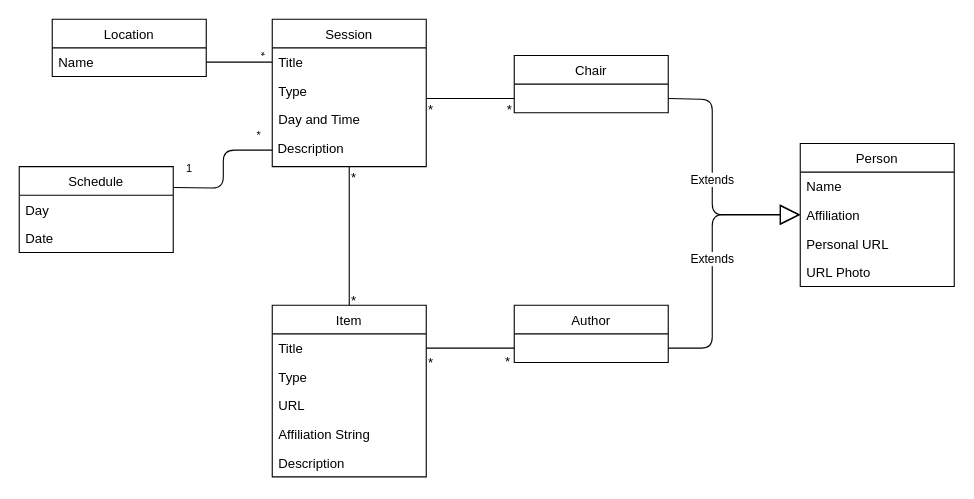
softeng-feup/open-cx-mr-simba keeps this draw.io diagram as docs/DomainModel.drawio. Above is the earlier version. Source tidied: cells renumbered, new cells numbered last; positions are measured from the earlier drawing's top-left corner, leaving out a move shared by most shapes. Both pictures are drawn from the tidied source at 110%, with x=0, y=0 at pixel (19, 19).
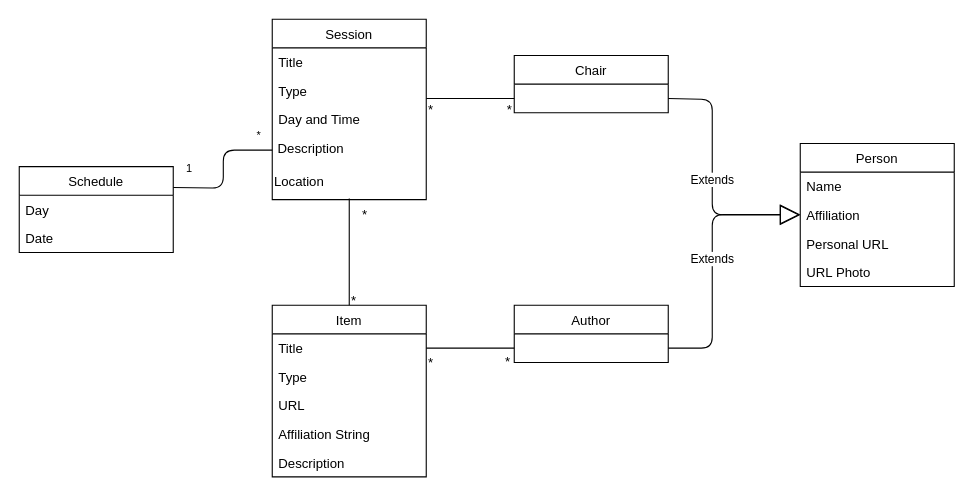
After the change.

Unchanged cells that the change refers to:
```xml
<mxCell id="3" value="Title" style="text;strokeColor=none;fillColor=none;align=left;verticalAlign=top;spacingLeft=4;spacingRight=4;overflow=hidden;points=[[0,0.5],[1,0.5]];portConstraint=eastwest;" parent="2" vertex="1">
  <mxGeometry y="26" width="140" height="26" as="geometry" />
</mxCell>
<mxCell id="6" value="&amp;nbsp;Description" style="text;html=1;" parent="2" vertex="1">
  <mxGeometry y="104" width="140" height="30" as="geometry" />
</mxCell>
<mxCell id="7" value="Item" style="swimlane;fontStyle=0;horizontal=1;startSize=26;fillColor=none;" parent="1" vertex="1">
  <mxGeometry x="230" y="260" width="140" height="156" as="geometry" />
</mxCell>
```

The edit, as a diff of the source:
```diff
@@
     <mxCell id="2" value="Session" style="swimlane;fontStyle=0;horizontal=1;startSize=26;fillColor=none;" parent="1" vertex="1">
-      <mxGeometry x="230" width="140" height="134" as="geometry" />
+      <mxGeometry x="230" width="140" height="164" as="geometry" />
     </mxCell>
@@
+    <mxCell id="32" value="Location" style="text;html=1;" parent="2" vertex="1">
+      <mxGeometry y="134" width="140" height="30" as="geometry" />
+    </mxCell>
@@
-    <mxCell id="22" style="endArrow=none;html=1;entryX=0.5;entryY=1;entryDx=0;entryDy=0;exitX=0.5;exitY=0;exitDx=0;exitDy=0;" parent="1" edge="1" source="7" target="6">
-      <mxGeometry relative="1" as="geometry" />
+    <mxCell id="22" style="endArrow=none;html=1;exitX=0.5;exitY=0;exitDx=0;exitDy=0;" parent="1" edge="1" source="7">
+      <mxGeometry relative="1" as="geometry">
+        <mxPoint x="300" y="163" as="targetPoint" />
+      </mxGeometry>
     </mxCell>
     <mxCell id="23" value="*" style="text;html=1;align=left;verticalAlign=top;spacingTop=-4;" parent="1" vertex="1">
-      <mxGeometry x="300" y="134" width="20" height="20" as="geometry" />
+      <mxGeometry x="310" y="168" width="20" height="20" as="geometry" />
     </mxCell>
@@
-    <mxCell id="32" value="Location" style="swimlane;fontStyle=0;horizontal=1;startSize=26;fillColor=none;" parent="1" vertex="1">
-      <mxGeometry x="30" width="140" height="52" as="geometry" />
-    </mxCell>
-    <mxCell id="33" value="Name" style="text;strokeColor=none;fillColor=none;align=left;verticalAlign=top;spacingLeft=4;spacingRight=4;overflow=hidden;points=[[0,0.5],[1,0.5]];portConstraint=eastwest;" parent="32" vertex="1">
-      <mxGeometry y="26" width="140" height="26" as="geometry" />
-    </mxCell>
-    <mxCell id="34" style="endArrow=none;html=1;edgeStyle=orthogonalEdgeStyle;entryX=0;entryY=0.5;entryDx=0;entryDy=0;exitX=1;exitY=0.5;exitDx=0;exitDy=0;" parent="1" edge="1" source="33" target="3">
-      <mxGeometry relative="1" as="geometry">
-        <Array as="points">
-          <mxPoint x="220" y="39" />
-          <mxPoint x="220" y="39" />
-        </Array>
-      </mxGeometry>
-    </mxCell>
-    <mxCell id="35" value="*" style="html=1;align=right;verticalAlign=bottom;labelBackgroundColor=#ffffff;fontSize=10;rotation=180;" parent="34" vertex="1">
-      <mxGeometry x="1" relative="1" as="geometry">
-        <mxPoint x="-10" y="-16" as="offset" />
-      </mxGeometry>
-    </mxCell>
-    <mxCell id="36" style="html=1;align=left;verticalAlign=bottom;labelBackgroundColor=#ffffff;fontSize=10;" parent="34" vertex="1">
-      <mxGeometry x="-1" relative="1" as="geometry" />
-    </mxCell>
```
